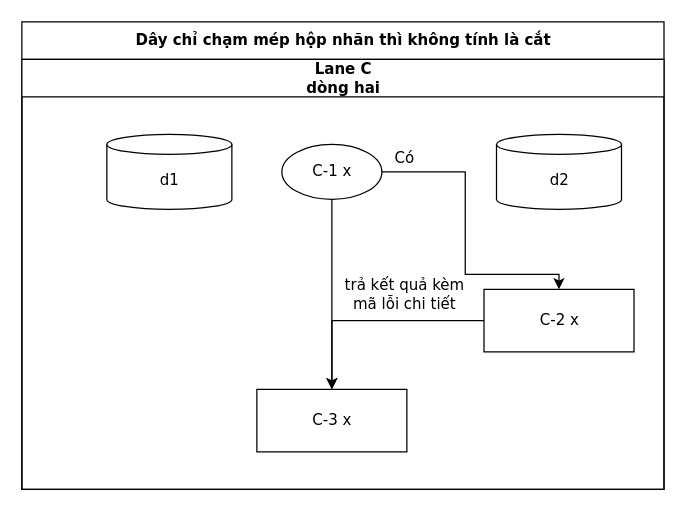
Earlier version of the draw.io diagram conformance/golden/cases/59-label-touching-edge.drawio (luytbq/flowcast). Source tidied: cells renumbered, new cells numbered last; positions are measured from the earlier drawing's top-left corner, leaving out a move shared by most shapes. Both pictures are drawn from the tidied source at 125%, with x=0, y=0 at pixel (21, 21).
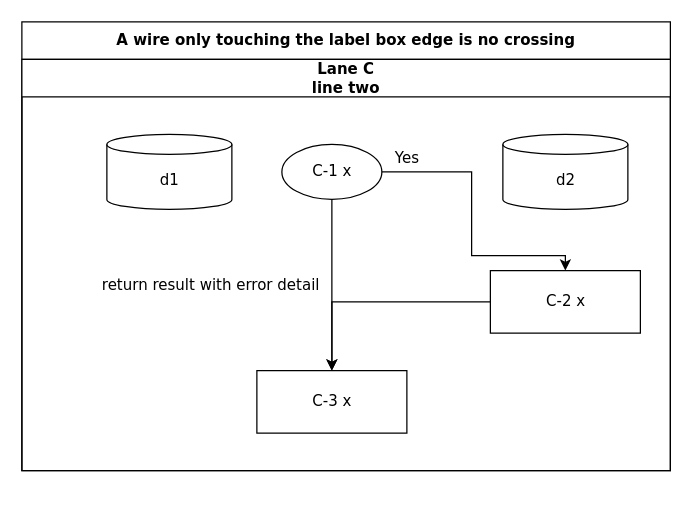
The same diagram, later.

What changed in the source:
```diff
@@
 <mxGraphModel>
   <root>
     <mxCell id="0" />
     <mxCell id="1" parent="0" />
-    <mxCell id="2" value="Dây chỉ chạm mép hộp nhãn thì không tính là cắt" style="swimlane;html=1;startSize=30;fontStyle=1;fontFamily=Verdana;fontSize=12;flowtable=1;" parent="1" vertex="1">
-      <mxGeometry width="513.7" height="374" as="geometry" />
+    <mxCell id="2" value="A wire only touching the label box edge is no crossing" style="swimlane;html=1;startSize=30;fontStyle=1;fontFamily=Verdana;fontSize=12;flowtable=1;" parent="1" vertex="1">
+      <mxGeometry width="518.8" height="359" as="geometry" />
     </mxCell>
-    <mxCell id="3" value="Lane C&lt;br&gt;dòng hai" style="swimlane;html=1;startSize=30;fontFamily=Verdana;fontSize=12;flowtable=1;" parent="2" vertex="1">
-      <mxGeometry y="30" width="513.7" height="344" as="geometry" />
+    <mxCell id="3" value="Lane C&lt;br&gt;line two" style="swimlane;html=1;startSize=30;fontFamily=Verdana;fontSize=12;flowtable=1;" parent="2" vertex="1">
+      <mxGeometry y="30" width="518.8" height="329" as="geometry" />
     </mxCell>
     <mxCell id="4" value="C-1 x" style="ellipse;html=1;fontFamily=Verdana;fontSize=12;flowtable=1;" parent="3" vertex="1">
       <mxGeometry x="208" y="68" width="80" height="44" as="geometry" />
     </mxCell>
     <mxCell id="5" value="d1" style="shape=cylinder3;html=1;boundedLbl=1;backgroundOutline=1;size=8;fontFamily=Verdana;fontSize=12;flowtable=1;" parent="3" vertex="1">
       <mxGeometry x="68" y="60" width="100" height="60" as="geometry" />
     </mxCell>
     <mxCell id="6" value="d2" style="shape=cylinder3;html=1;boundedLbl=1;backgroundOutline=1;size=8;fontFamily=Verdana;fontSize=12;flowtable=1;" parent="3" vertex="1">
-      <mxGeometry x="379.7" y="60" width="100" height="60" as="geometry" />
+      <mxGeometry x="384.8" y="60" width="100" height="60" as="geometry" />
     </mxCell>
     <mxCell id="7" value="C-2 x" style="rounded=0;html=1;fontFamily=Verdana;fontSize=12;flowtable=1;" parent="3" vertex="1">
-      <mxGeometry x="369.7" y="184" width="120" height="50" as="geometry" />
+      <mxGeometry x="374.8" y="169" width="120" height="50" as="geometry" />
     </mxCell>
     <mxCell id="8" value="C-3 x" style="rounded=0;html=1;fontFamily=Verdana;fontSize=12;flowtable=1;" parent="3" vertex="1">
-      <mxGeometry x="188" y="264" width="120" height="50" as="geometry" />
+      <mxGeometry x="188" y="249" width="120" height="50" as="geometry" />
     </mxCell>
-    <mxCell id="9" value="Có" style="edgeStyle=orthogonalEdgeStyle;rounded=0;jettySize=auto;html=1;labelBackgroundColor=default;exitX=1;exitY=0.5;exitDx=0;exitDy=0;entryX=0.5;entryY=0;entryDx=0;entryDy=0;fontFamily=Verdana;fontSize=12;flowtable=1;" parent="2" edge="1" source="4" target="7">
-      <mxGeometry x="-0.85" relative="1" as="geometry">
+    <mxCell id="9" value="Yes" style="edgeStyle=orthogonalEdgeStyle;rounded=0;jettySize=auto;html=1;labelBackgroundColor=default;exitX=1;exitY=0.5;exitDx=0;exitDy=0;entryX=0.5;entryY=0;entryDx=0;entryDy=0;fontFamily=Verdana;fontSize=12;flowtable=1;" parent="2" edge="1" source="4" target="7">
+      <mxGeometry x="-0.82" relative="1" as="geometry">
         <Array as="points">
-          <mxPoint x="354.7" y="120" />
-          <mxPoint x="354.7" y="202" />
-          <mxPoint x="429.7" y="202" />
+          <mxPoint x="359.8" y="120" />
+          <mxPoint x="359.8" y="187" />
+          <mxPoint x="434.8" y="187" />
         </Array>
         <mxPoint y="-11.5" as="offset" />
       </mxGeometry>
     </mxCell>
-    <mxCell id="10" value="trả kết quả kèm&lt;br&gt;mã lỗi chi tiết" style="edgeStyle=orthogonalEdgeStyle;rounded=0;jettySize=auto;html=1;labelBackgroundColor=default;exitX=0.5;exitY=1;exitDx=0;exitDy=0;entryX=0.5;entryY=0;entryDx=0;entryDy=0;fontFamily=Verdana;fontSize=12;flowtable=1;" parent="2" edge="1" source="4" target="8">
+    <mxCell id="10" value="return result with error detail" style="edgeStyle=orthogonalEdgeStyle;rounded=0;jettySize=auto;html=1;labelBackgroundColor=default;exitX=0.5;exitY=1;exitDx=0;exitDy=0;entryX=0.5;entryY=0;entryDx=0;entryDy=0;fontFamily=Verdana;fontSize=12;flowtable=1;" parent="2" edge="1" source="4" target="8">
       <mxGeometry relative="1" as="geometry">
-        <mxPoint x="57.5" as="offset" />
+        <mxPoint x="-97.3" as="offset" />
       </mxGeometry>
     </mxCell>
     <mxCell id="11" style="edgeStyle=orthogonalEdgeStyle;rounded=0;jettySize=auto;html=1;labelBackgroundColor=default;exitX=0;exitY=0.5;exitDx=0;exitDy=0;entryX=0.5;entryY=0;entryDx=0;entryDy=0;fontFamily=Verdana;fontSize=12;flowtable=1;" parent="2" edge="1" source="7" target="8">
       <mxGeometry relative="1" as="geometry">
         <Array as="points">
-          <mxPoint x="248" y="239" />
+          <mxPoint x="248" y="224" />
         </Array>
       </mxGeometry>
     </mxCell>
   </root>
 </mxGraphModel>
```
